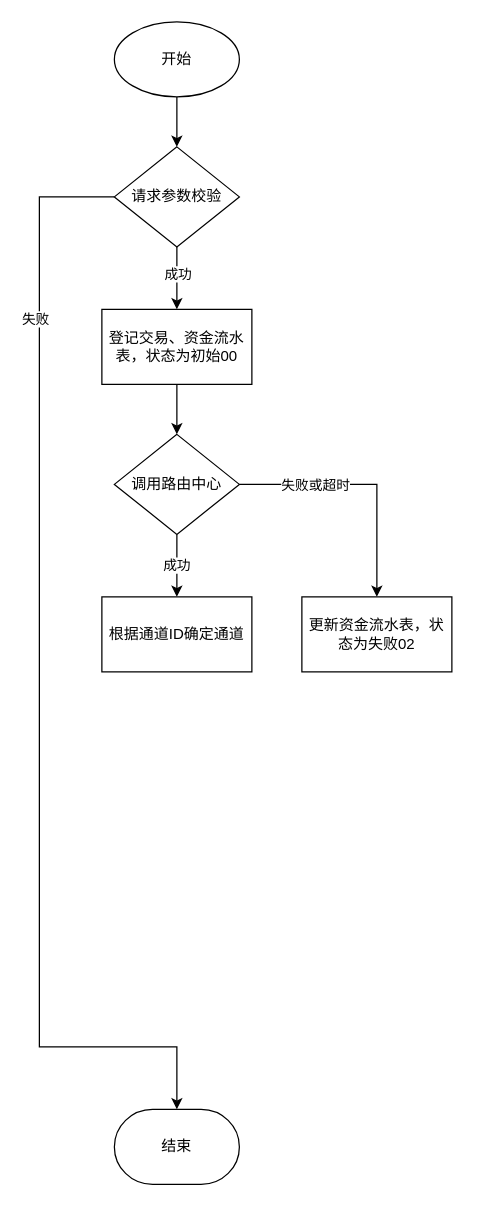
Before: 批扣流程.drawio in gaofv/draw, a draw.io diagram. Source tidied: cells renumbered, new cells numbered last; positions are measured from the earlier drawing's top-left corner, leaving out a move shared by most shapes. Both pictures are drawn from the tidied source at 125%, with x=0, y=0 at pixel (39, 21).
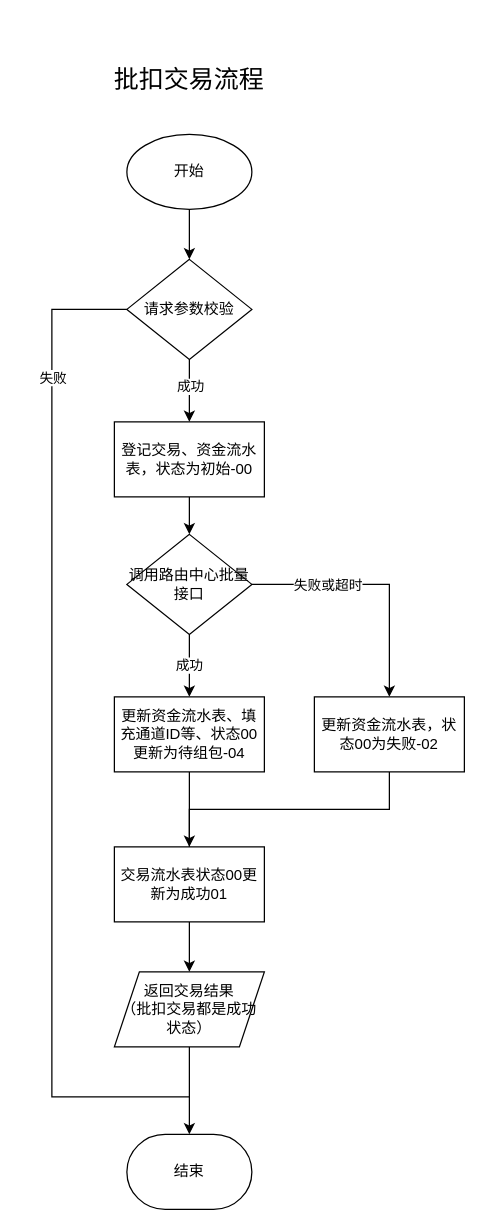
The same page after the edit.

Commit message:
更新批扣流程.drawio

What changed in the source:
```diff
@@
     <mxCell id="5" style="edgeStyle=orthogonalEdgeStyle;rounded=0;jettySize=auto;html=1;strokeWidth=1;" parent="1" edge="1" source="6">
       <mxGeometry relative="1" as="geometry">
-        <mxPoint x="110" y="100" as="targetPoint" />
+        <mxPoint x="120" y="190" as="targetPoint" />
       </mxGeometry>
     </mxCell>
     <mxCell id="6" value="开始" style="strokeWidth=1;html=1;shape=mxgraph.flowchart.start_1;whiteSpace=wrap;" parent="1" vertex="1">
-      <mxGeometry x="60" width="100" height="60" as="geometry" />
+      <mxGeometry x="70" y="90" width="100" height="60" as="geometry" />
     </mxCell>
@@
-    <mxCell id="8" value="登记交易、资金流水表，状态为初始00" style="whiteSpace=wrap;html=1;strokeWidth=1;" parent="1" vertex="1">
-      <mxGeometry x="50" y="230" width="120" height="60" as="geometry" />
+    <mxCell id="8" value="登记交易、资金流水表，状态为初始-00" style="whiteSpace=wrap;html=1;strokeWidth=1;" parent="1" vertex="1">
+      <mxGeometry x="60" y="320" width="120" height="60" as="geometry" />
     </mxCell>
     <mxCell id="9" value="结束" style="strokeWidth=1;html=1;shape=mxgraph.flowchart.terminator;whiteSpace=wrap;" parent="1" vertex="1">
-      <mxGeometry x="60" y="870" width="100" height="60" as="geometry" />
+      <mxGeometry x="70" y="890" width="100" height="60" as="geometry" />
     </mxCell>
     <mxCell id="10" style="edgeStyle=orthogonalEdgeStyle;rounded=0;jettySize=auto;html=1;endArrow=classic;endFill=1;entryX=0.5;entryY=0;entryDx=0;entryDy=0;entryPerimeter=0;" parent="1" edge="1" source="14" target="9">
       <mxGeometry relative="1" as="geometry">
         <Array as="points">
-          <mxPoint y="140" />
-          <mxPoint y="820" />
-          <mxPoint x="110" y="820" />
+          <mxPoint x="10" y="230" />
+          <mxPoint x="10" y="860" />
+          <mxPoint x="120" y="860" />
         </Array>
       </mxGeometry>
     </mxCell>
     <mxCell id="11" value="失败" style="edgeLabel;html=1;align=center;verticalAlign=middle;" parent="10" vertex="1">
       <mxGeometry x="-0.85" y="1" relative="1" as="geometry">
-        <mxPoint x="-5" y="89" as="offset" />
+        <mxPoint x="-1" y="52" as="offset" />
       </mxGeometry>
     </mxCell>
@@
     <mxCell id="14" value="请求参数校验" style="rhombus;whiteSpace=wrap;html=1;strokeWidth=1;" parent="1" vertex="1">
-      <mxGeometry x="60" y="100" width="100" height="80" as="geometry" />
+      <mxGeometry x="70" y="190" width="100" height="80" as="geometry" />
     </mxCell>
@@
-    <mxCell id="18" value="调用路由中心" style="rhombus;whiteSpace=wrap;html=1;strokeWidth=1;" parent="1" vertex="1">
-      <mxGeometry x="60" y="330" width="100" height="80" as="geometry" />
+    <mxCell id="18" value="调用路由中心批量接口" style="rhombus;whiteSpace=wrap;html=1;strokeWidth=1;" parent="1" vertex="1">
+      <mxGeometry x="70" y="410" width="100" height="80" as="geometry" />
     </mxCell>
+    <mxCell id="21" style="edgeStyle=orthogonalEdgeStyle;rounded=0;jettySize=auto;html=1;endArrow=none;endFill=0;" parent="1" edge="1" source="19">
+      <mxGeometry relative="1" as="geometry">
+        <mxPoint x="120" y="670" as="targetPoint" />
+        <Array as="points">
+          <mxPoint x="280" y="630" />
+          <mxPoint x="120" y="630" />
+        </Array>
+      </mxGeometry>
+    </mxCell>
-    <mxCell id="19" value="更新资金流水表，状态为失败02" style="whiteSpace=wrap;html=1;strokeWidth=1;" parent="1" vertex="1">
-      <mxGeometry x="210" y="460" width="120" height="60" as="geometry" />
+    <mxCell id="19" value="更新资金流水表，状态00为失败-02" style="whiteSpace=wrap;html=1;strokeWidth=1;" parent="1" vertex="1">
+      <mxGeometry x="220" y="540" width="120" height="60" as="geometry" />
     </mxCell>
+    <mxCell id="22" style="edgeStyle=orthogonalEdgeStyle;rounded=0;jettySize=auto;html=1;" parent="1" edge="1" source="20" target="24">
+      <mxGeometry relative="1" as="geometry" />
+    </mxCell>
-    <mxCell id="20" value="根据通道ID确定通道" style="whiteSpace=wrap;html=1;strokeWidth=1;" parent="1" vertex="1">
-      <mxGeometry x="50" y="460" width="120" height="60" as="geometry" />
+    <mxCell id="20" value="更新资金流水表、填充通道ID等、状态00更新为待组包-04" style="whiteSpace=wrap;html=1;strokeWidth=1;" parent="1" vertex="1">
+      <mxGeometry x="60" y="540" width="120" height="60" as="geometry" />
     </mxCell>
+    <mxCell id="23" style="edgeStyle=orthogonalEdgeStyle;rounded=0;jettySize=auto;html=1;" parent="1" edge="1" source="24" target="26">
+      <mxGeometry relative="1" as="geometry" />
+    </mxCell>
+    <mxCell id="24" value="交易流水表状态00更新为成功01" style="whiteSpace=wrap;html=1;strokeWidth=1;" parent="1" vertex="1">
+      <mxGeometry x="60" y="660" width="120" height="60" as="geometry" />
+    </mxCell>
+    <mxCell id="25" style="edgeStyle=orthogonalEdgeStyle;rounded=0;jettySize=auto;html=1;endArrow=none;endFill=0;" parent="1" edge="1" source="26">
+      <mxGeometry relative="1" as="geometry">
+        <mxPoint x="120" y="860" as="targetPoint" />
+      </mxGeometry>
+    </mxCell>
+    <mxCell id="26" value="返回交易结果&lt;br&gt;（批扣交易都是成功状态）" style="shape=parallelogram;perimeter=parallelogramPerimeter;whiteSpace=wrap;html=1;fixedSize=1;strokeWidth=1;" parent="1" vertex="1">
+      <mxGeometry x="60" y="760" width="120" height="60" as="geometry" />
+    </mxCell>
+    <mxCell id="27" value="批扣交易流程" style="text;html=1;strokeColor=none;fillColor=none;align=center;verticalAlign=middle;whiteSpace=wrap;rounded=0;fontSize=20;" parent="1" vertex="1">
+      <mxGeometry x="30" y="30" width="180" height="30" as="geometry" />
+    </mxCell>
```
